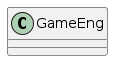
Above: doc/GEngine.png in Davide-R0/GameEngine-Ncurses-ECS-Cpp (PlantUML), before the change. The source it was exported from:
```plantuml
@startuml

class GameEng {

}

@enduml
```
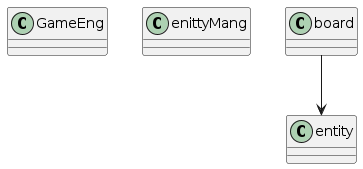
Above is the later version.

The edit, as a diff of the source:
```diff
@@ -4,4 +4,18 @@
 
 }
 
+
+class enittyMang {
+
+}
+
+class entity {
+
+}
+
+class board {
+
+}
+board --> entity
+
 @enduml
```
